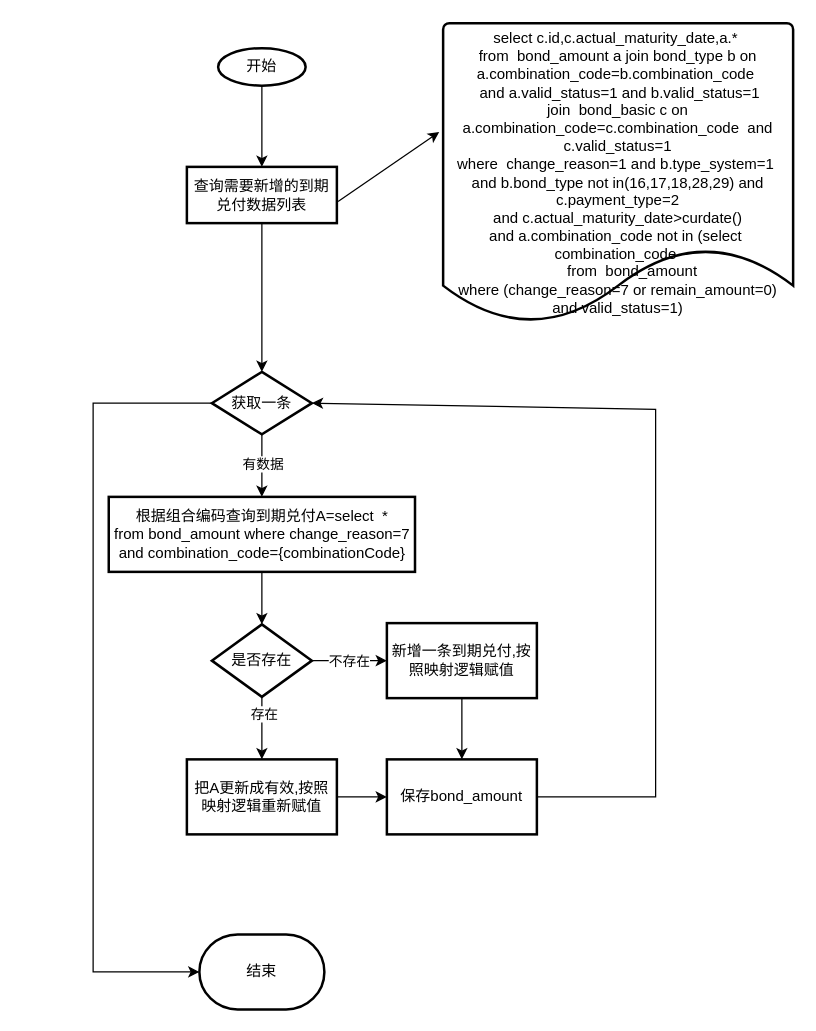
Above: bondAmount到期兑付.drawio in xbluckly/test (draw.io), before the change. Source tidied: cells renumbered, new cells numbered last; positions are measured from the earlier drawing's top-left corner, leaving out a move shared by most shapes. Both pictures are drawn from the tidied source at 125%, with x=0, y=0 at pixel (92, 22).
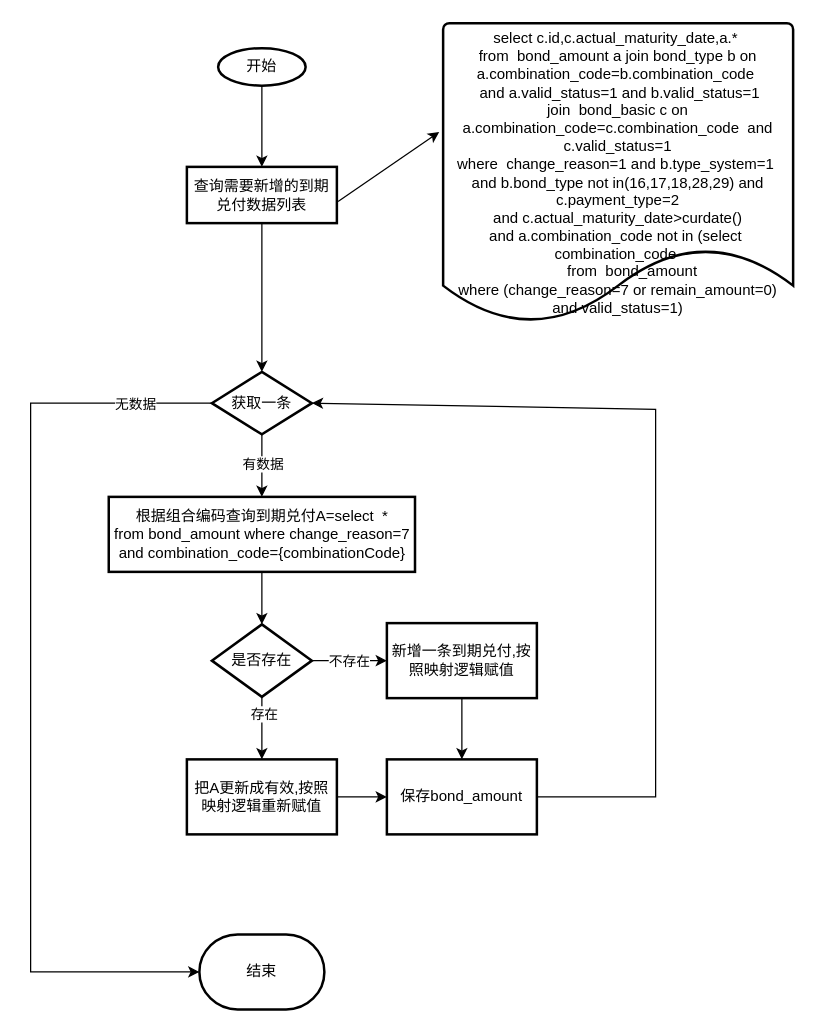
The same diagram, later.

Commit message:
更新bondAmount到期兑付.drawio

The change refers to these unchanged cells:
```xml
<mxCell id="11" value="获取一条" style="rhombus;whiteSpace=wrap;html=1;strokeWidth=2;" parent="1" vertex="1">
  <mxGeometry x="95" y="279" width="80" height="50" as="geometry" />
</mxCell>
<mxCell id="25" value="结束" style="strokeWidth=2;html=1;shape=mxgraph.flowchart.terminator;whiteSpace=wrap;" parent="1" vertex="1">
  <mxGeometry x="85" y="729" width="100" height="60" as="geometry" />
</mxCell>
```

Diff of the diagram source:
```diff
@@
     <mxCell id="10" style="edgeStyle=orthogonalEdgeStyle;rounded=0;jettySize=auto;html=1;entryX=0;entryY=0.5;entryDx=0;entryDy=0;entryPerimeter=0;exitX=0;exitY=0.5;exitDx=0;exitDy=0;" parent="1" edge="1" source="11" target="25">
       <mxGeometry relative="1" as="geometry">
         <Array as="points">
-          <mxPoint y="304" />
-          <mxPoint y="759" />
+          <mxPoint x="-50" y="304" />
+          <mxPoint x="-50" y="759" />
         </Array>
       </mxGeometry>
     </mxCell>
+    <mxCell id="26" value="无数据" style="edgeLabel;html=1;align=center;verticalAlign=middle;" parent="10" vertex="1">
+      <mxGeometry x="-0.83" relative="1" as="geometry" />
+    </mxCell>
```
